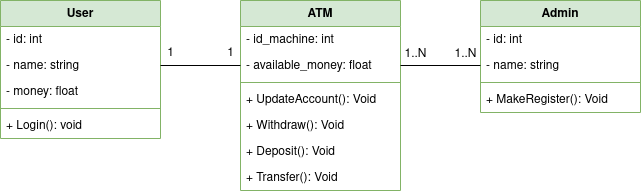
This is diagramas_clase/cajero-atm/diagrama-clase-cajero-atm.drawio.png from JesusLugo2002/ETS, a draw.io export, as it was before one commit. Source tidied: cells renumbered, new cells last; positions are measured from the earlier drawing's top-left corner, leaving out a move shared by most shapes. The source it was exported from:
```xml
<mxGraphModel>
  <root>
    <mxCell id="0" />
    <mxCell id="1" parent="0" />
    <mxCell id="2" value="User" style="swimlane;fontStyle=1;align=center;verticalAlign=top;horizontal=1;startSize=26;whiteSpace=wrap;html=1;fillColor=#d5e8d4;strokeColor=#82b366;" parent="1" vertex="1">
      <mxGeometry width="160" height="138" as="geometry" />
    </mxCell>
    <mxCell id="3" value="- id: int" style="text;strokeColor=none;fillColor=none;align=left;verticalAlign=top;spacingLeft=4;spacingRight=4;overflow=hidden;whiteSpace=wrap;html=1;" parent="2" vertex="1">
      <mxGeometry y="26" width="160" height="26" as="geometry" />
    </mxCell>
    <mxCell id="4" value="&lt;div&gt;- name: string&lt;/div&gt;" style="text;strokeColor=none;fillColor=none;align=left;verticalAlign=top;spacingLeft=4;spacingRight=4;overflow=hidden;points=[[0,0.5],[1,0.5]];portConstraint=eastwest;whiteSpace=wrap;html=1;" parent="2" vertex="1">
      <mxGeometry y="52" width="160" height="26" as="geometry" />
    </mxCell>
    <mxCell id="5" value="- money: float" style="text;strokeColor=none;fillColor=none;align=left;verticalAlign=top;spacingLeft=4;spacingRight=4;overflow=hidden;whiteSpace=wrap;html=1;" parent="2" vertex="1">
      <mxGeometry y="78" width="160" height="26" as="geometry" />
    </mxCell>
    <mxCell id="6" style="line;strokeWidth=1;fillColor=none;align=left;verticalAlign=middle;spacingTop=-1;spacingLeft=3;spacingRight=3;labelPosition=right;strokeColor=inherit;" parent="2" vertex="1">
      <mxGeometry y="104" width="160" height="8" as="geometry" />
    </mxCell>
    <mxCell id="7" value="+ Login(): void" style="text;strokeColor=none;fillColor=none;align=left;verticalAlign=top;spacingLeft=4;spacingRight=4;overflow=hidden;whiteSpace=wrap;html=1;" parent="2" vertex="1">
      <mxGeometry y="112" width="160" height="26" as="geometry" />
    </mxCell>
    <mxCell id="8" value="&lt;div&gt;ATM&lt;/div&gt;" style="swimlane;fontStyle=1;align=center;verticalAlign=top;horizontal=1;startSize=26;whiteSpace=wrap;html=1;fillColor=#d5e8d4;strokeColor=#82b366;" parent="1" vertex="1">
      <mxGeometry x="240" width="160" height="190" as="geometry" />
    </mxCell>
    <mxCell id="9" value="- id_machine: int" style="text;strokeColor=none;fillColor=none;align=left;verticalAlign=top;spacingLeft=4;spacingRight=4;overflow=hidden;whiteSpace=wrap;html=1;" parent="8" vertex="1">
      <mxGeometry y="26" width="160" height="26" as="geometry" />
    </mxCell>
    <mxCell id="10" value="- available_money: float" style="text;strokeColor=none;fillColor=none;align=left;verticalAlign=top;spacingLeft=4;spacingRight=4;overflow=hidden;points=[[0,0.5],[1,0.5]];portConstraint=eastwest;whiteSpace=wrap;html=1;" parent="8" vertex="1">
      <mxGeometry y="52" width="160" height="26" as="geometry" />
    </mxCell>
    <mxCell id="11" style="line;strokeWidth=1;fillColor=none;align=left;verticalAlign=middle;spacingTop=-1;spacingLeft=3;spacingRight=3;labelPosition=right;strokeColor=inherit;" parent="8" vertex="1">
      <mxGeometry y="78" width="160" height="8" as="geometry" />
    </mxCell>
    <mxCell id="12" value="+ UpdateAccount(): Void" style="text;strokeColor=none;fillColor=none;align=left;verticalAlign=top;spacingLeft=4;spacingRight=4;overflow=hidden;whiteSpace=wrap;html=1;" parent="8" vertex="1">
      <mxGeometry y="86" width="160" height="26" as="geometry" />
    </mxCell>
    <mxCell id="13" value="+ Withdraw(): Void" style="text;strokeColor=none;fillColor=none;align=left;verticalAlign=top;spacingLeft=4;spacingRight=4;overflow=hidden;whiteSpace=wrap;html=1;" parent="8" vertex="1">
      <mxGeometry y="112" width="160" height="26" as="geometry" />
    </mxCell>
    <mxCell id="14" value="+ Deposit(): Void" style="text;strokeColor=none;fillColor=none;align=left;verticalAlign=top;spacingLeft=4;spacingRight=4;overflow=hidden;whiteSpace=wrap;html=1;" parent="8" vertex="1">
      <mxGeometry y="138" width="160" height="26" as="geometry" />
    </mxCell>
    <mxCell id="15" value="+ Transfer(): Void" style="text;strokeColor=none;fillColor=none;align=left;verticalAlign=top;spacingLeft=4;spacingRight=4;overflow=hidden;whiteSpace=wrap;html=1;" parent="8" vertex="1">
      <mxGeometry y="164" width="160" height="26" as="geometry" />
    </mxCell>
    <mxCell id="16" value="&lt;div&gt;Admin&lt;/div&gt;" style="swimlane;fontStyle=1;align=center;verticalAlign=top;horizontal=1;startSize=26;whiteSpace=wrap;html=1;fillColor=#d5e8d4;strokeColor=#82b366;" parent="1" vertex="1">
      <mxGeometry x="480" width="160" height="112" as="geometry" />
    </mxCell>
    <mxCell id="17" value="&lt;div&gt;- id: int&lt;/div&gt;&lt;div&gt;&lt;br&gt;&lt;/div&gt;" style="text;strokeColor=none;fillColor=none;align=left;verticalAlign=top;spacingLeft=4;spacingRight=4;overflow=hidden;whiteSpace=wrap;html=1;" parent="16" vertex="1">
      <mxGeometry y="26" width="160" height="26" as="geometry" />
    </mxCell>
    <mxCell id="18" value="- name: string" style="text;strokeColor=none;fillColor=none;align=left;verticalAlign=top;spacingLeft=4;spacingRight=4;overflow=hidden;points=[[0,0.5],[1,0.5]];portConstraint=eastwest;whiteSpace=wrap;html=1;" parent="16" vertex="1">
      <mxGeometry y="52" width="160" height="26" as="geometry" />
    </mxCell>
    <mxCell id="19" style="line;strokeWidth=1;fillColor=none;align=left;verticalAlign=middle;spacingTop=-1;spacingLeft=3;spacingRight=3;labelPosition=right;strokeColor=inherit;" parent="16" vertex="1">
      <mxGeometry y="78" width="160" height="8" as="geometry" />
    </mxCell>
    <mxCell id="20" value="+ MakeRegister(): Void" style="text;strokeColor=none;fillColor=none;align=left;verticalAlign=top;spacingLeft=4;spacingRight=4;overflow=hidden;whiteSpace=wrap;html=1;" parent="16" vertex="1">
      <mxGeometry y="86" width="160" height="26" as="geometry" />
    </mxCell>
    <mxCell id="21" style="edgeStyle=orthogonalEdgeStyle;rounded=0;jettySize=auto;html=1;entryX=0;entryY=0.5;entryDx=0;entryDy=0;endArrow=none;endFill=0;" parent="1" edge="1" source="4" target="10">
      <mxGeometry relative="1" as="geometry" />
    </mxCell>
    <mxCell id="22" style="edgeStyle=orthogonalEdgeStyle;rounded=0;jettySize=auto;html=1;entryX=1;entryY=0.5;entryDx=0;entryDy=0;endArrow=none;endFill=0;" parent="1" edge="1" source="18" target="10">
      <mxGeometry relative="1" as="geometry" />
    </mxCell>
    <mxCell id="23" value="1" style="text;html=1;align=center;verticalAlign=middle;strokeColor=none;fillColor=none;" parent="1" vertex="1">
      <mxGeometry x="215" y="38" width="30" height="30" as="geometry" />
    </mxCell>
    <mxCell id="24" value="1" style="text;html=1;align=center;verticalAlign=middle;strokeColor=none;fillColor=none;" parent="1" vertex="1">
      <mxGeometry x="155" y="38" width="30" height="30" as="geometry" />
    </mxCell>
    <mxCell id="25" value="1..N" style="text;html=1;align=center;verticalAlign=middle;strokeColor=none;fillColor=none;" parent="1" vertex="1">
      <mxGeometry x="390" y="39" width="50" height="30" as="geometry" />
    </mxCell>
    <mxCell id="26" value="1..N" style="text;html=1;align=center;verticalAlign=middle;strokeColor=none;fillColor=none;" parent="1" vertex="1">
      <mxGeometry x="440" y="39" width="50" height="30" as="geometry" />
    </mxCell>
  </root>
</mxGraphModel>
```
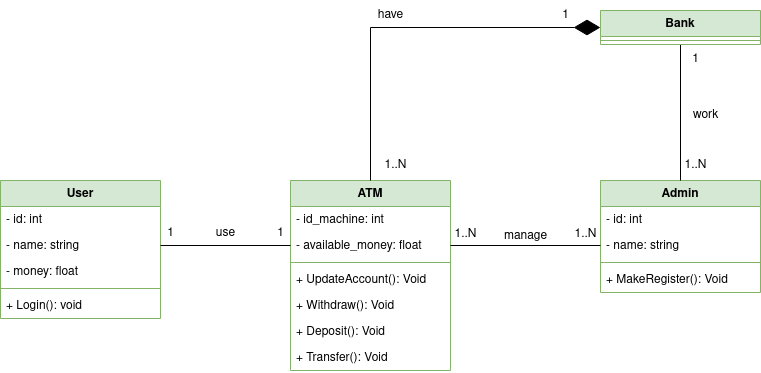
Later version of the same file.

What changed in the source:
```diff
@@ -3,7 +3,7 @@
     <mxCell id="0" />
     <mxCell id="1" parent="0" />
     <mxCell id="2" value="User" style="swimlane;fontStyle=1;align=center;verticalAlign=top;horizontal=1;startSize=26;whiteSpace=wrap;html=1;fillColor=#d5e8d4;strokeColor=#82b366;" parent="1" vertex="1">
-      <mxGeometry width="160" height="138" as="geometry" />
+      <mxGeometry x="-50" width="160" height="138" as="geometry" />
     </mxCell>
     <mxCell id="3" value="- id: int" style="text;strokeColor=none;fillColor=none;align=left;verticalAlign=top;spacingLeft=4;spacingRight=4;overflow=hidden;whiteSpace=wrap;html=1;" parent="2" vertex="1">
       <mxGeometry y="26" width="160" height="26" as="geometry" />
@@ -45,7 +45,7 @@
       <mxGeometry y="164" width="160" height="26" as="geometry" />
     </mxCell>
     <mxCell id="16" value="&lt;div&gt;Admin&lt;/div&gt;" style="swimlane;fontStyle=1;align=center;verticalAlign=top;horizontal=1;startSize=26;whiteSpace=wrap;html=1;fillColor=#d5e8d4;strokeColor=#82b366;" parent="1" vertex="1">
-      <mxGeometry x="480" width="160" height="112" as="geometry" />
+      <mxGeometry x="550" width="160" height="112" as="geometry" />
     </mxCell>
     <mxCell id="17" value="&lt;div&gt;- id: int&lt;/div&gt;&lt;div&gt;&lt;br&gt;&lt;/div&gt;" style="text;strokeColor=none;fillColor=none;align=left;verticalAlign=top;spacingLeft=4;spacingRight=4;overflow=hidden;whiteSpace=wrap;html=1;" parent="16" vertex="1">
       <mxGeometry y="26" width="160" height="26" as="geometry" />
@@ -69,13 +69,53 @@
       <mxGeometry x="215" y="38" width="30" height="30" as="geometry" />
     </mxCell>
     <mxCell id="24" value="1" style="text;html=1;align=center;verticalAlign=middle;strokeColor=none;fillColor=none;" parent="1" vertex="1">
-      <mxGeometry x="155" y="38" width="30" height="30" as="geometry" />
+      <mxGeometry x="105" y="38" width="30" height="30" as="geometry" />
     </mxCell>
     <mxCell id="25" value="1..N" style="text;html=1;align=center;verticalAlign=middle;strokeColor=none;fillColor=none;" parent="1" vertex="1">
       <mxGeometry x="390" y="39" width="50" height="30" as="geometry" />
     </mxCell>
     <mxCell id="26" value="1..N" style="text;html=1;align=center;verticalAlign=middle;strokeColor=none;fillColor=none;" parent="1" vertex="1">
-      <mxGeometry x="440" y="39" width="50" height="30" as="geometry" />
+      <mxGeometry x="510" y="39" width="50" height="30" as="geometry" />
     </mxCell>
+    <mxCell id="27" style="edgeStyle=orthogonalEdgeStyle;rounded=0;jettySize=auto;html=1;entryX=0.5;entryY=0;entryDx=0;entryDy=0;endArrow=none;endFill=0;" parent="1" edge="1" source="28" target="16">
+      <mxGeometry relative="1" as="geometry" />
+    </mxCell>
+    <mxCell id="28" value="Bank" style="swimlane;fontStyle=1;align=center;verticalAlign=top;horizontal=1;startSize=26;whiteSpace=wrap;html=1;fillColor=#d5e8d4;strokeColor=#82b366;" parent="1" vertex="1">
+      <mxGeometry x="550" y="-170" width="160" height="34" as="geometry" />
+    </mxCell>
+    <mxCell id="29" style="line;strokeWidth=1;fillColor=none;align=left;verticalAlign=middle;spacingTop=-1;spacingLeft=3;spacingRight=3;labelPosition=right;strokeColor=inherit;" parent="28" vertex="1">
+      <mxGeometry y="26" width="160" height="8" as="geometry" />
+    </mxCell>
+    <mxCell id="30" style="endArrow=diamondThin;endFill=1;endSize=24;html=1;rounded=0;entryX=0;entryY=0.5;entryDx=0;entryDy=0;exitX=0.5;exitY=0;exitDx=0;exitDy=0;" parent="1" edge="1" source="8" target="28">
+      <mxGeometry relative="1" as="geometry">
+        <Array as="points">
+          <mxPoint x="320" y="-153" />
+        </Array>
+      </mxGeometry>
+    </mxCell>
+    <mxCell id="31" value="1" style="text;html=1;align=center;verticalAlign=middle;strokeColor=none;fillColor=none;" parent="1" vertex="1">
+      <mxGeometry x="500" y="-180" width="30" height="30" as="geometry" />
+    </mxCell>
+    <mxCell id="32" value="1..N" style="text;html=1;align=center;verticalAlign=middle;strokeColor=none;fillColor=none;" parent="1" vertex="1">
+      <mxGeometry x="320" y="-30" width="50" height="30" as="geometry" />
+    </mxCell>
+    <mxCell id="33" value="use" style="text;html=1;align=center;verticalAlign=middle;strokeColor=none;fillColor=none;" parent="1" vertex="1">
+      <mxGeometry x="155" y="38" width="40" height="30" as="geometry" />
+    </mxCell>
+    <mxCell id="34" value="manage" style="text;html=1;align=center;verticalAlign=middle;strokeColor=none;fillColor=none;" parent="1" vertex="1">
+      <mxGeometry x="440" y="41" width="70" height="30" as="geometry" />
+    </mxCell>
+    <mxCell id="35" value="have" style="text;html=1;align=center;verticalAlign=middle;strokeColor=none;fillColor=none;" parent="1" vertex="1">
+      <mxGeometry x="315" y="-180" width="50" height="30" as="geometry" />
+    </mxCell>
+    <mxCell id="36" value="1..N" style="text;html=1;align=center;verticalAlign=middle;strokeColor=none;fillColor=none;" parent="1" vertex="1">
+      <mxGeometry x="620" y="-30" width="50" height="30" as="geometry" />
+    </mxCell>
+    <mxCell id="37" value="1" style="text;html=1;align=center;verticalAlign=middle;strokeColor=none;fillColor=none;" parent="1" vertex="1">
+      <mxGeometry x="630" y="-136" width="30" height="30" as="geometry" />
+    </mxCell>
+    <mxCell id="38" value="work" style="text;html=1;align=center;verticalAlign=middle;strokeColor=none;fillColor=none;" parent="1" vertex="1">
+      <mxGeometry x="630" y="-80" width="50" height="30" as="geometry" />
+    </mxCell>
   </root>
 </mxGraphModel>
```
